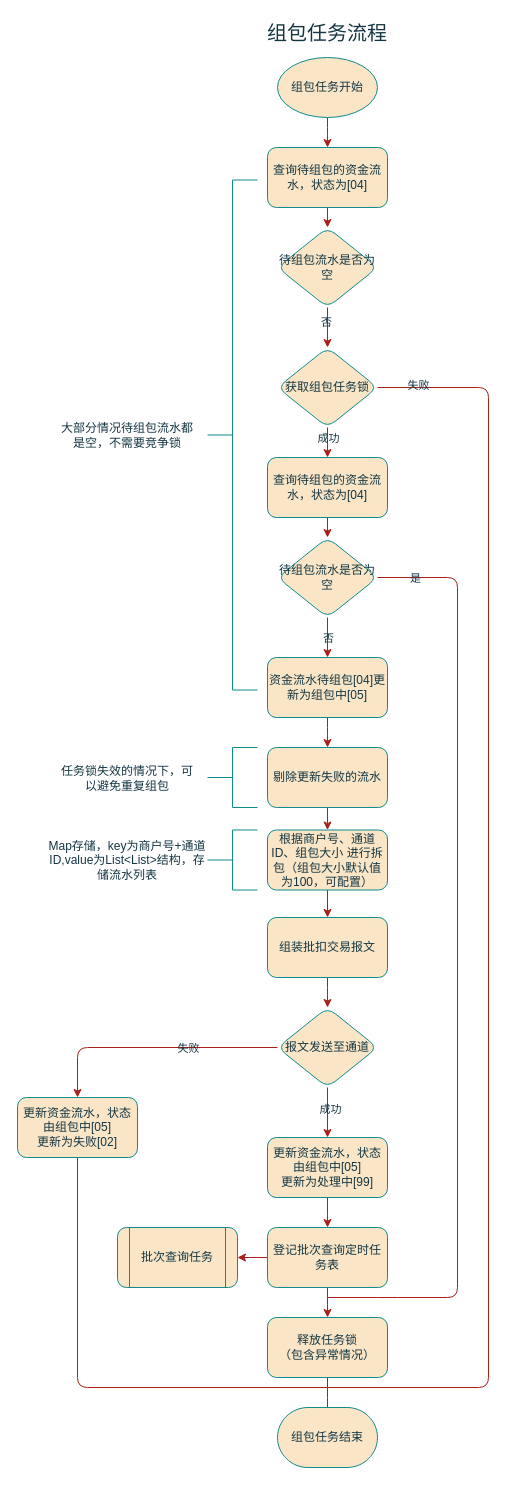
Before: 组包任务流程.drawio in gaofv/draw, a draw.io diagram. Source tidied: cells renumbered, new cells numbered last; positions are measured from the earlier drawing's top-left corner, leaving out a move shared by most shapes. Both pictures are drawn from the tidied source at 100%, with x=0, y=0 at pixel (17, 17).
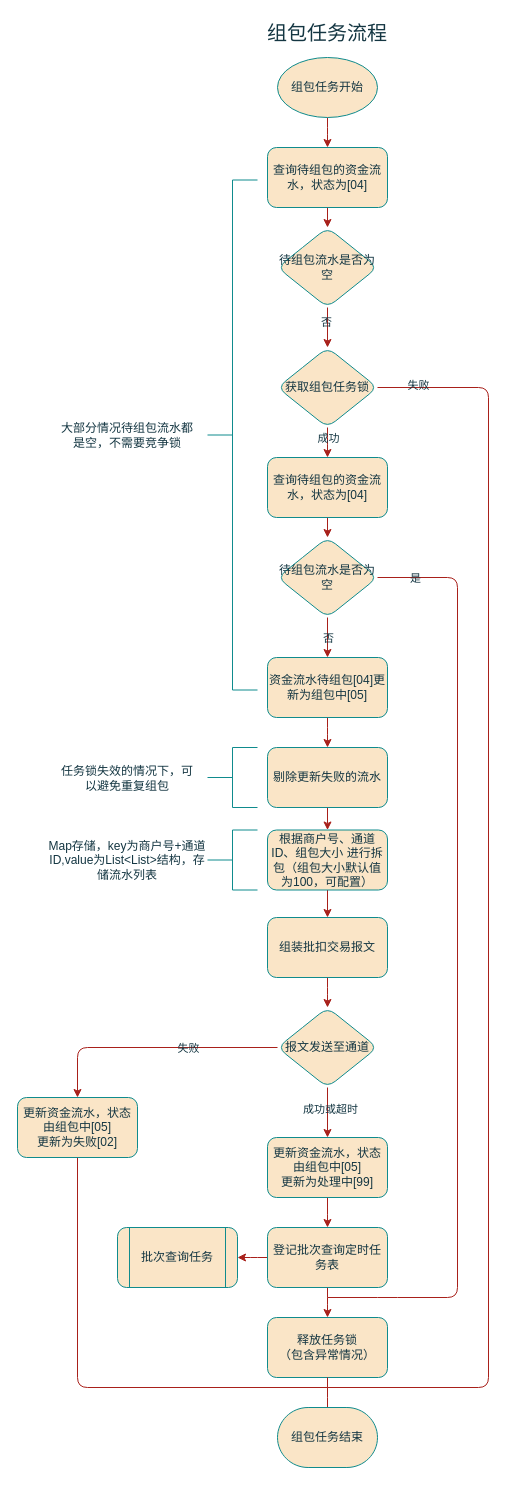
The same diagram, later.

Commit message (it also covers changes not shown here):
更新组包任务流程.drawio

Unchanged cells that the change refers to:
```xml
<mxCell id="38" style="edgeStyle=orthogonalEdgeStyle;rounded=1;jettySize=auto;html=1;labelBackgroundColor=none;strokeColor=#A8201A;fontColor=default;" parent="1" edge="1" source="40" target="52">
  <mxGeometry relative="1" as="geometry" />
</mxCell>
```

The edit, as a diff of the source:
```diff
@@
-    <mxCell id="39" value="成功" style="edgeLabel;html=1;align=center;verticalAlign=middle;rounded=1;labelBackgroundColor=none;fontColor=#143642;" parent="38" vertex="1">
+    <mxCell id="39" value="成功或超时" style="edgeLabel;html=1;align=center;verticalAlign=middle;rounded=1;labelBackgroundColor=none;fontColor=#143642;" parent="38" vertex="1">
       <mxGeometry x="-0.16" y="2" relative="1" as="geometry" />
     </mxCell>
```
